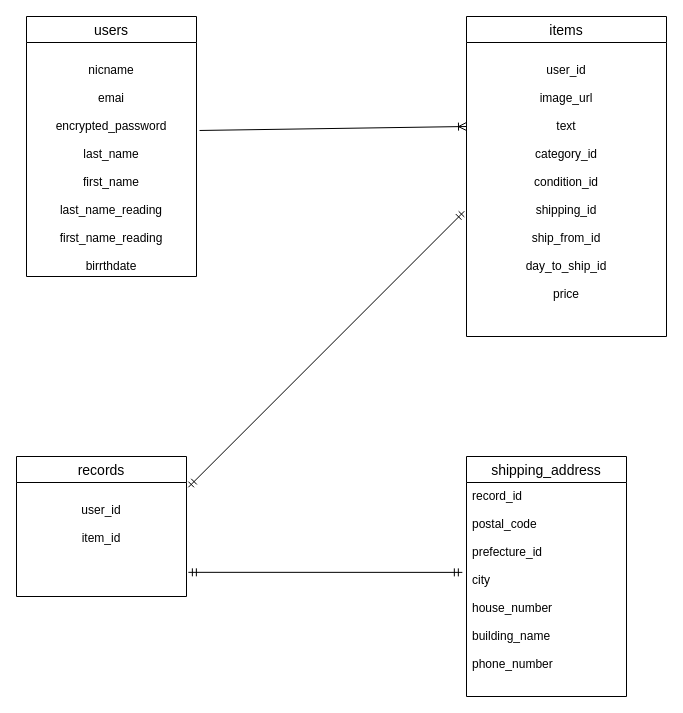
The draw.io diagram app/controllers/ER.dio in kawashimakouhei/furima-29120, before the edit. Source tidied: cells renumbered, new cells numbered last; positions are measured from the earlier drawing's top-left corner, leaving out a move shared by most shapes. Both pictures are drawn from the tidied source at 100%, with x=0, y=0 at pixel (16, 16).
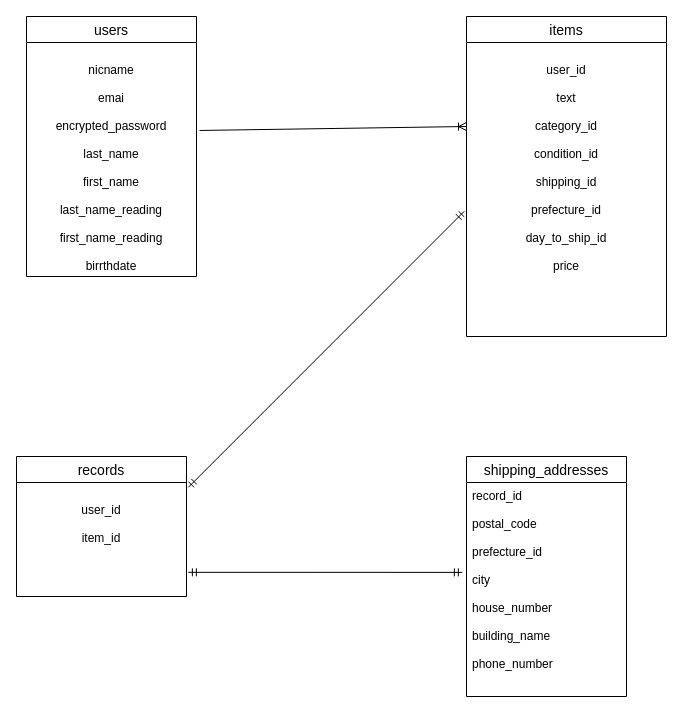
The same page after the edit.

Commit message (it also covers changes not shown here):
テーブル設計訂正

Change to the diagram source:
```diff
@@
 <mxGraphModel>
   <root>
     <mxCell id="0" />
     <mxCell id="1" parent="0" />
     <mxCell id="2" value="users" style="swimlane;fontStyle=0;horizontal=1;startSize=26;align=center;fontSize=14;" parent="1" vertex="1">
       <mxGeometry x="10" width="170" height="260" as="geometry" />
     </mxCell>
     <mxCell id="3" value="&#10;nicname&#10;&#10;emai&#10;&#10;encrypted_password&#10;&#10;last_name&#10;&#10;first_name&#10;&#10;last_name_reading&#10;&#10;first_name_reading&#10;&#10;birrthdate" style="text;strokeColor=none;fillColor=none;spacingLeft=4;spacingRight=4;overflow=hidden;points=[[0,0.5],[1,0.5]];portConstraint=eastwest;fontSize=12;align=center;" parent="2" vertex="1">
       <mxGeometry y="26" width="170" height="234" as="geometry" />
     </mxCell>
     <mxCell id="4" value="items" style="swimlane;fontStyle=0;horizontal=1;startSize=26;align=center;fontSize=14;" parent="1" vertex="1">
       <mxGeometry x="450" width="200" height="320" as="geometry" />
     </mxCell>
-    <mxCell id="5" value="&#10;user_id&#10;&#10;image_url&#10;&#10;text&#10;&#10;category_id&#10;&#10;condition_id&#10;&#10;shipping_id&#10;&#10;ship_from_id&#10;&#10;day_to_ship_id&#10;&#10;price" style="text;strokeColor=none;fillColor=none;spacingLeft=4;spacingRight=4;overflow=hidden;points=[[0,0.5],[1,0.5]];portConstraint=eastwest;fontSize=12;align=center;" parent="4" vertex="1">
+    <mxCell id="5" value="&#10;user_id&#10;&#10;text&#10;&#10;category_id&#10;&#10;condition_id&#10;&#10;shipping_id&#10;&#10;prefecture_id&#10;&#10;day_to_ship_id&#10;&#10;price" style="text;strokeColor=none;fillColor=none;spacingLeft=4;spacingRight=4;overflow=hidden;points=[[0,0.5],[1,0.5]];portConstraint=eastwest;fontSize=12;align=center;" parent="4" vertex="1">
       <mxGeometry y="26" width="200" height="294" as="geometry" />
     </mxCell>
-    <mxCell id="6" value="shipping_address" style="swimlane;fontStyle=0;horizontal=1;startSize=26;align=center;fontSize=14;" parent="1" vertex="1">
+    <mxCell id="6" value="shipping_addresses" style="swimlane;fontStyle=0;horizontal=1;startSize=26;align=center;fontSize=14;" parent="1" vertex="1">
       <mxGeometry x="450" y="440" width="160" height="240" as="geometry" />
     </mxCell>
     <mxCell id="7" value="record_id&#10;&#10;postal_code&#10;&#10;prefecture_id&#10;&#10;city&#10;&#10;house_number&#10;&#10;building_name&#10;&#10;phone_number" style="text;strokeColor=none;fillColor=none;spacingLeft=4;spacingRight=4;overflow=hidden;points=[[0,0.5],[1,0.5]];portConstraint=eastwest;fontSize=12;" parent="6" vertex="1">
       <mxGeometry y="26" width="160" height="214" as="geometry" />
     </mxCell>
     <mxCell id="8" style="fontSize=12;html=1;endArrow=ERoneToMany;exitX=1.018;exitY=0.376;exitDx=0;exitDy=0;exitPerimeter=0;" parent="1" edge="1" source="3">
       <mxGeometry relative="1" as="geometry">
         <mxPoint x="450" y="110" as="targetPoint" />
       </mxGeometry>
     </mxCell>
     <mxCell id="9" value="records" style="swimlane;fontStyle=0;horizontal=1;startSize=26;align=center;fontSize=14;" parent="1" vertex="1">
       <mxGeometry y="440" width="170" height="140" as="geometry" />
     </mxCell>
     <mxCell id="10" value="&#10;user_id&#10;&#10;item_id&#10;&#10;" style="text;strokeColor=none;fillColor=none;spacingLeft=4;spacingRight=4;overflow=hidden;points=[[0,0.5],[1,0.5]];portConstraint=eastwest;fontSize=12;align=center;" parent="9" vertex="1">
       <mxGeometry y="26" width="170" height="114" as="geometry" />
     </mxCell>
     <mxCell id="11" style="fontSize=12;html=1;endArrow=ERmandOne;startArrow=ERmandOne;entryX=-0.011;entryY=0.574;entryDx=0;entryDy=0;entryPerimeter=0;exitX=1.011;exitY=0.042;exitDx=0;exitDy=0;exitPerimeter=0;" parent="1" edge="1" source="10" target="5">
       <mxGeometry relative="1" as="geometry" />
     </mxCell>
     <mxCell id="12" style="fontSize=12;html=1;endArrow=ERmandOne;startArrow=ERmandOne;entryX=-0.026;entryY=0.42;entryDx=0;entryDy=0;entryPerimeter=0;exitX=1.011;exitY=0.788;exitDx=0;exitDy=0;exitPerimeter=0;" parent="1" edge="1" source="10" target="7">
       <mxGeometry relative="1" as="geometry" />
     </mxCell>
   </root>
 </mxGraphModel>
```
